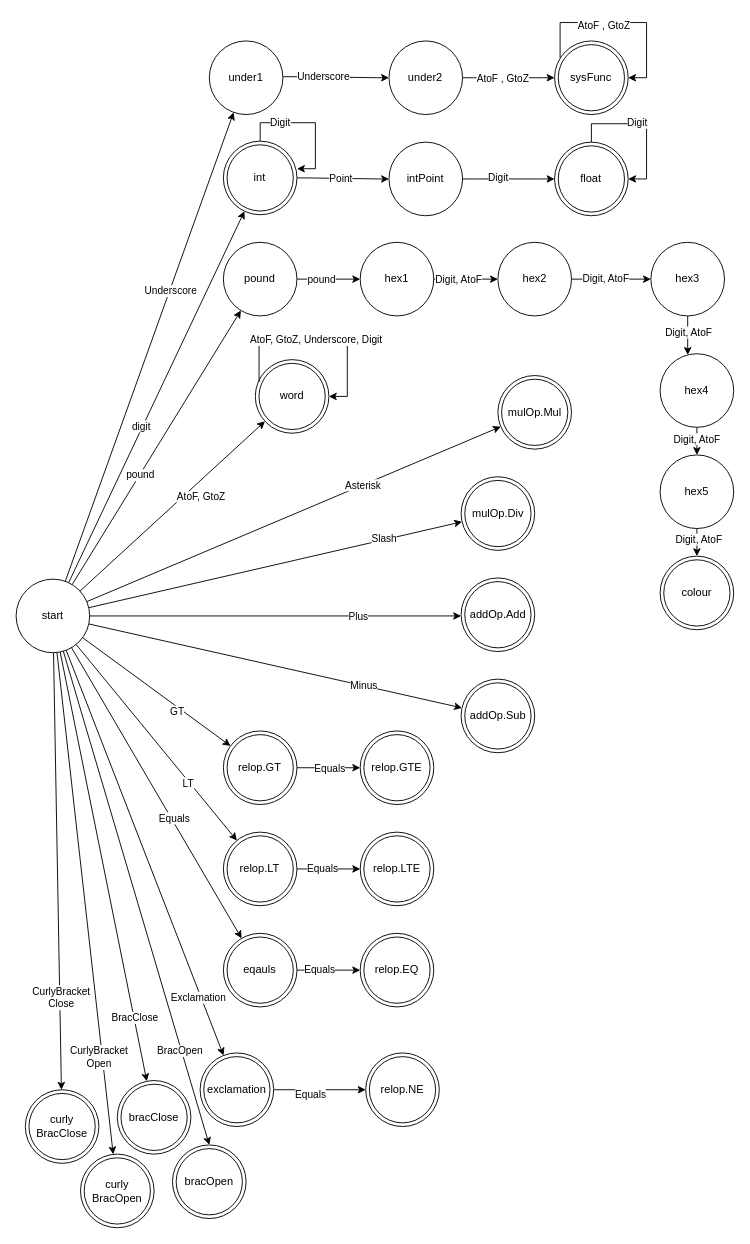
Earlier version of the draw.io diagram docs/lexer DSA.drawio (wayne1512/CPS2000-compiler). Source tidied: cells renumbered, new cells numbered last; positions are measured from the earlier drawing's top-left corner, leaving out a move shared by most shapes. Both pictures are drawn from the tidied source at 92%, with x=0, y=0 at pixel (16, 40).
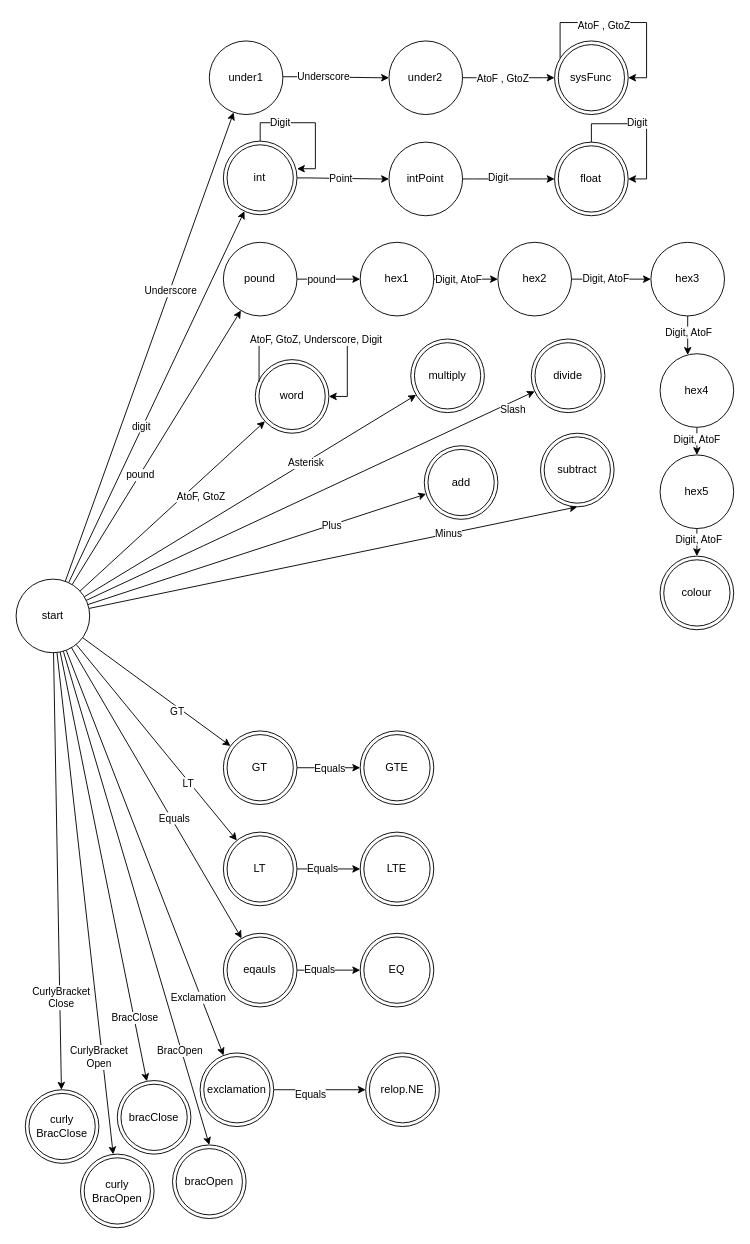
Above is the later version.

Unchanged cells that the change refers to:
```xml
<mxCell id="12" style="rounded=0;jettySize=auto;html=1;orthogonal=1;" parent="1" edge="1" source="34" target="78">
  <mxGeometry relative="1" as="geometry" />
</mxCell>
<mxCell id="34" value="start" style="ellipse;whiteSpace=wrap;html=1;" parent="1" vertex="1">
  <mxGeometry y="585" width="80" height="80" as="geometry" />
</mxCell>
```

What changed in the source:
```diff
@@
     <mxCell id="13" value="Slash" style="edgeLabel;html=1;align=center;verticalAlign=middle;" parent="12" vertex="1">
-      <mxGeometry x="0.58" y="2" relative="1" as="geometry" />
+      <mxGeometry x="0.58" y="2" relative="1" as="geometry">
+        <mxPoint x="79" y="-26" as="offset" />
+      </mxGeometry>
     </mxCell>
@@
-    <mxCell id="16" style="rounded=0;jettySize=auto;html=1;orthogonal=1;" parent="1" edge="1" source="34" target="80">
+    <mxCell id="16" style="rounded=0;jettySize=auto;html=1;orthogonal=1;entryX=0.5;entryY=1;entryDx=0;entryDy=0;" parent="1" edge="1" source="34" target="80">
       <mxGeometry relative="1" as="geometry" />
     </mxCell>
@@
-    <mxCell id="77" value="mulOp.Mul" style="ellipse;whiteSpace=wrap;html=1;shape=doubleEllipse;" parent="1" vertex="1">
-      <mxGeometry x="523.7" y="363.7" width="80" height="80" as="geometry" />
+    <mxCell id="77" value="multiply" style="ellipse;whiteSpace=wrap;html=1;shape=doubleEllipse;" parent="1" vertex="1">
+      <mxGeometry x="429" y="324" width="80" height="80" as="geometry" />
     </mxCell>
-    <mxCell id="78" value="mulOp.Div" style="ellipse;whiteSpace=wrap;html=1;shape=doubleEllipse;" parent="1" vertex="1">
-      <mxGeometry x="483.7" y="473.7" width="80" height="80" as="geometry" />
+    <mxCell id="78" value="divide" style="ellipse;whiteSpace=wrap;html=1;shape=doubleEllipse;" parent="1" vertex="1">
+      <mxGeometry x="560" y="324" width="80" height="80" as="geometry" />
     </mxCell>
-    <mxCell id="79" value="addOp.Add" style="ellipse;whiteSpace=wrap;html=1;shape=doubleEllipse;" parent="1" vertex="1">
-      <mxGeometry x="483.7" y="583.7" width="80" height="80" as="geometry" />
+    <mxCell id="79" value="add" style="ellipse;whiteSpace=wrap;html=1;shape=doubleEllipse;" parent="1" vertex="1">
+      <mxGeometry x="443.7" y="440" width="80" height="80" as="geometry" />
     </mxCell>
-    <mxCell id="80" value="addOp.Sub" style="ellipse;whiteSpace=wrap;html=1;shape=doubleEllipse;" parent="1" vertex="1">
-      <mxGeometry x="483.7" y="693.7" width="80" height="80" as="geometry" />
+    <mxCell id="80" value="subtract" style="ellipse;whiteSpace=wrap;html=1;shape=doubleEllipse;" parent="1" vertex="1">
+      <mxGeometry x="570" y="426.4" width="80" height="80" as="geometry" />
     </mxCell>
@@
-    <mxCell id="83" value="relop.GT" style="ellipse;whiteSpace=wrap;html=1;shape=doubleEllipse;" parent="1" vertex="1">
+    <mxCell id="83" value="GT" style="ellipse;whiteSpace=wrap;html=1;shape=doubleEllipse;" parent="1" vertex="1">
       <mxGeometry x="225.3" y="750" width="80" height="80" as="geometry" />
     </mxCell>
@@
-    <mxCell id="86" value="relop.LT" style="ellipse;whiteSpace=wrap;html=1;shape=doubleEllipse;" parent="1" vertex="1">
+    <mxCell id="86" value="LT" style="ellipse;whiteSpace=wrap;html=1;shape=doubleEllipse;" parent="1" vertex="1">
       <mxGeometry x="225.3" y="860" width="80" height="80" as="geometry" />
     </mxCell>
@@
-    <mxCell id="90" value="relop.EQ" style="ellipse;whiteSpace=wrap;html=1;shape=doubleEllipse;" parent="1" vertex="1">
+    <mxCell id="90" value="EQ" style="ellipse;whiteSpace=wrap;html=1;shape=doubleEllipse;" parent="1" vertex="1">
       <mxGeometry x="374" y="970" width="80" height="80" as="geometry" />
     </mxCell>
@@
-    <mxCell id="95" value="relop.LTE" style="ellipse;whiteSpace=wrap;html=1;shape=doubleEllipse;" parent="1" vertex="1">
+    <mxCell id="95" value="LTE" style="ellipse;whiteSpace=wrap;html=1;shape=doubleEllipse;" parent="1" vertex="1">
       <mxGeometry x="374" y="860" width="80" height="80" as="geometry" />
     </mxCell>
-    <mxCell id="96" value="relop.GTE" style="ellipse;whiteSpace=wrap;html=1;shape=doubleEllipse;" parent="1" vertex="1">
+    <mxCell id="96" value="GTE" style="ellipse;whiteSpace=wrap;html=1;shape=doubleEllipse;" parent="1" vertex="1">
       <mxGeometry x="374" y="750" width="80" height="80" as="geometry" />
     </mxCell>
```
